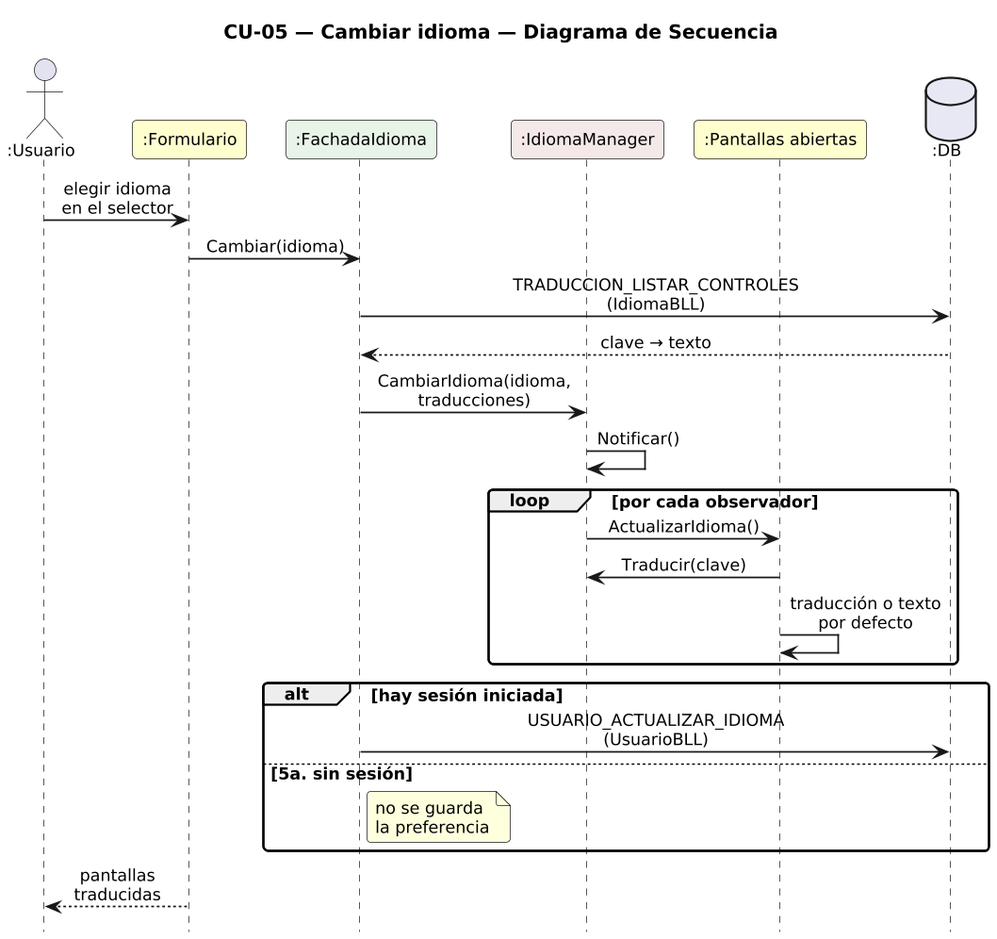
Earlier version of the PlantUML export DIAGRAMAS/DiagramaSecuencia_CU05_CambiarIdioma.png (Urrels/ingenieria_software).
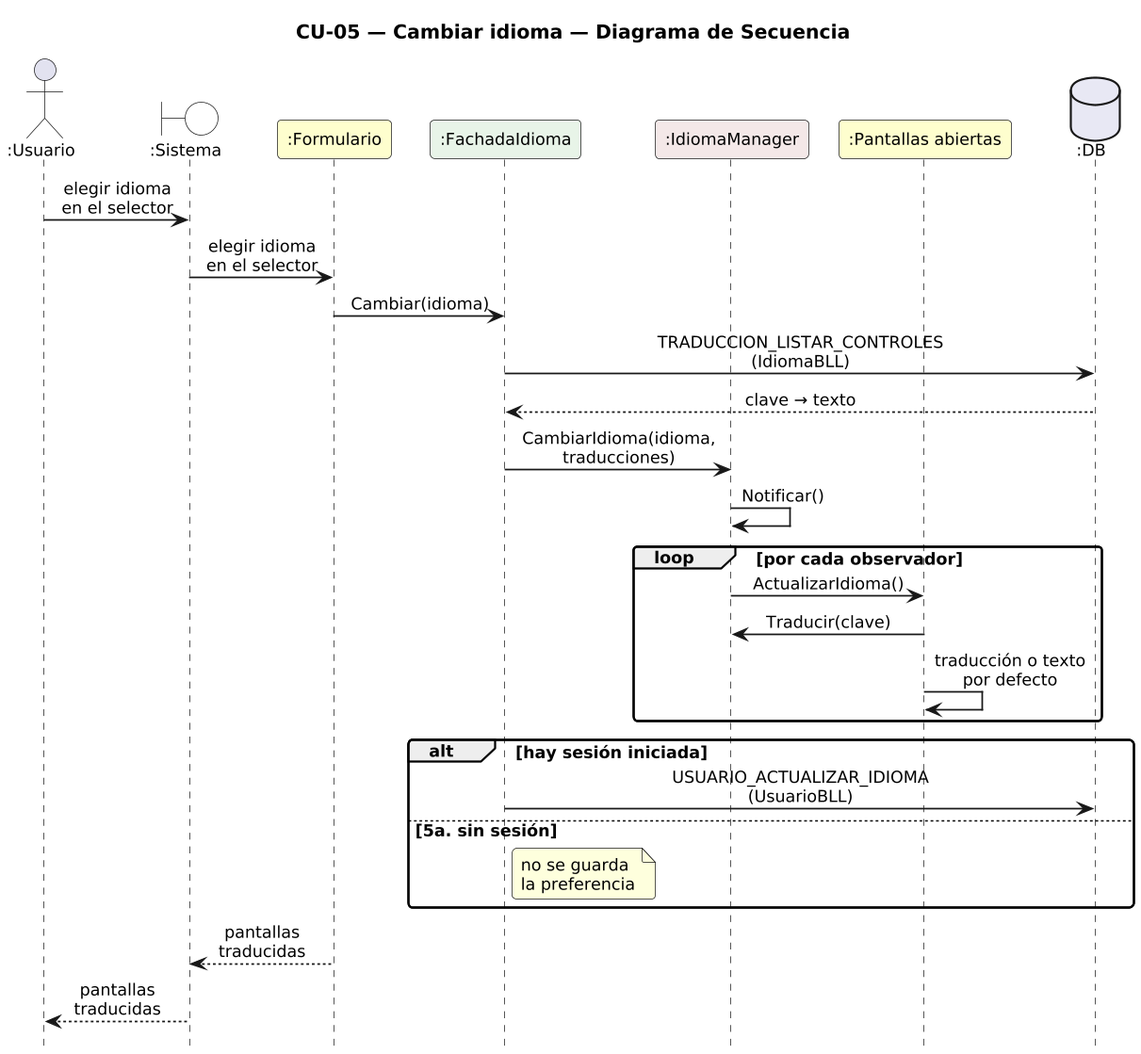
Later version of the same file.

What changed in the source:
```diff
@@ -14,13 +14,15 @@
 hide footbox
 
 actor ":Usuario" as U
+boundary ":Sistema" as SYS #FFFFFF
 participant ":Formulario" as F #FEFECE
 participant ":FachadaIdioma" as FA #E8F4E8
 participant ":IdiomaManager" as IM #F4E8E8
 participant ":Pantallas abiertas" as O #FEFECE
 database ":DB" as DB #E8E8F4
 
-U -> F : elegir idioma\nen el selector
+U -> SYS : elegir idioma\nen el selector
+SYS -> F : elegir idioma\nen el selector
 F -> FA : Cambiar(idioma)
 FA -> DB : TRADUCCION_LISTAR_CONTROLES\n(IdiomaBLL)
 DB --> FA : clave → texto
@@ -36,6 +38,7 @@
 else 5a. sin sesión
   note right of FA : no se guarda\nla preferencia
 end
-F --> U : pantallas traducidas
+F --> SYS : pantallas traducidas
+SYS --> U : pantallas traducidas
 
 @enduml
```
